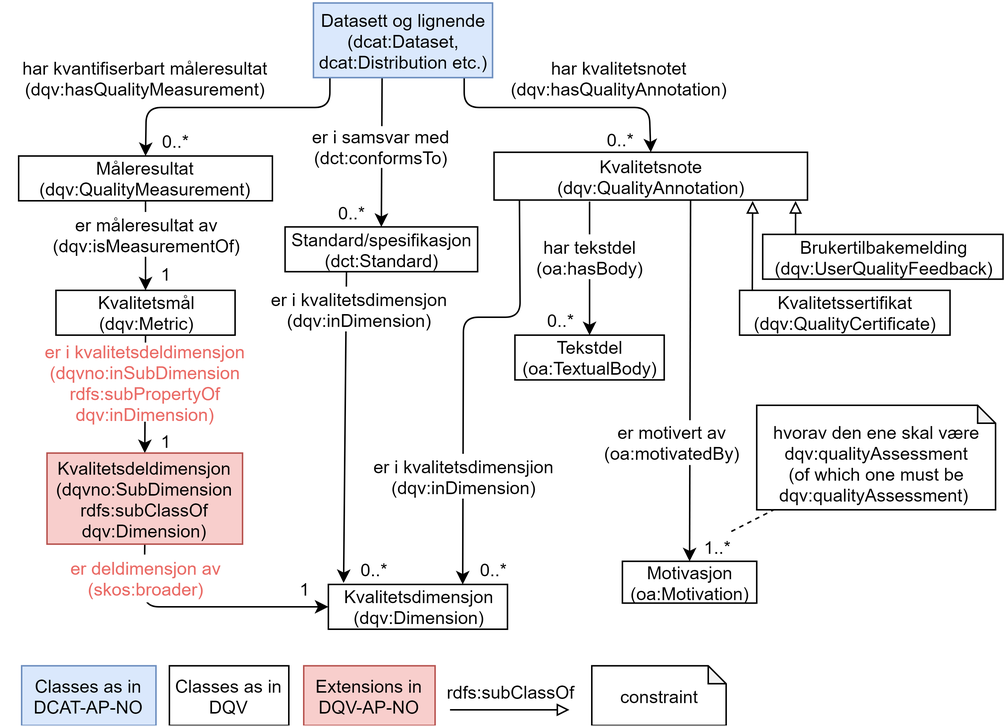
The draw.io diagram docs/images/dqv-ap-no.png in Informasjonsforvaltning/dqv-ap-no, before a commit. Source tidied: cells renumbered, new cells last; positions are measured from the earlier drawing's top-left corner, leaving out a move shared by most shapes.
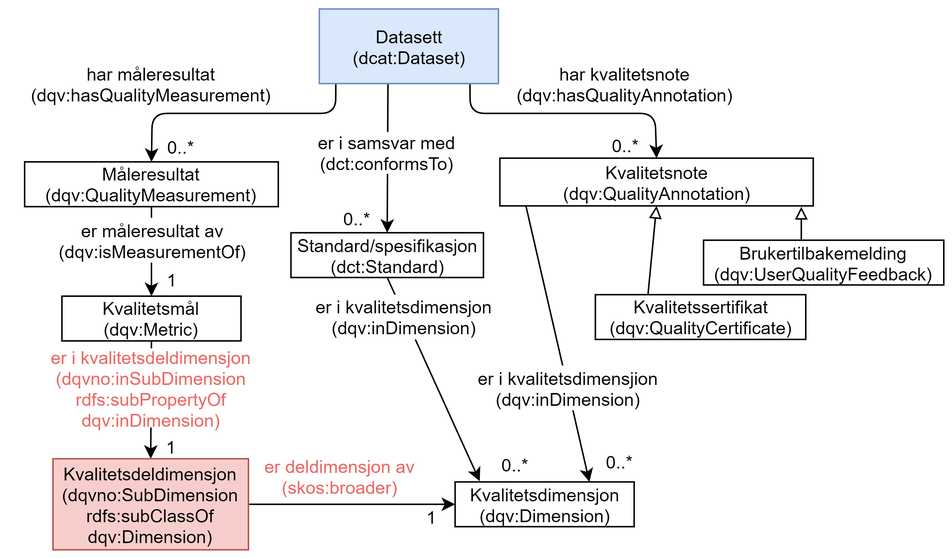
After the change.

Change to the diagram source:
```diff
@@ -13,7 +13,7 @@
         </Array>
       </mxGeometry>
     </mxCell>
-    <mxCell id="4" value="har kvantifiserbart måleresultat (dqv:hasQualityMeasurement)" style="text;html=1;strokeColor=none;fillColor=none;align=center;verticalAlign=middle;whiteSpace=wrap;rounded=0;" parent="1" vertex="1">
+    <mxCell id="4" value="har måleresultat (dqv:hasQualityMeasurement)" style="text;html=1;strokeColor=none;fillColor=none;align=center;verticalAlign=middle;whiteSpace=wrap;rounded=0;" parent="1" vertex="1">
       <mxGeometry y="39.5" width="192" height="20" as="geometry" />
     </mxCell>
     <mxCell id="5" style="endArrow=classic;html=1;exitX=0.5;exitY=1;exitDx=0;exitDy=0;" parent="1" edge="1" target="28">
@@ -26,8 +26,10 @@
         <mxPoint x="254.5" y="48.5" as="sourcePoint" />
       </mxGeometry>
     </mxCell>
-    <mxCell id="7" style="endArrow=classic;html=1;exitX=0.319;exitY=0.967;exitDx=0;exitDy=0;exitPerimeter=0;entryX=0.085;entryY=-0.033;entryDx=0;entryDy=0;entryPerimeter=0;" parent="1" edge="1" source="45" target="30">
-      <mxGeometry relative="1" as="geometry" />
+    <mxCell id="7" style="endArrow=classic;html=1;exitX=0.5;exitY=1;exitDx=0;exitDy=0;" parent="1" edge="1" source="45">
+      <mxGeometry relative="1" as="geometry">
+        <mxPoint x="316" y="316" as="targetPoint" />
+      </mxGeometry>
     </mxCell>
     <mxCell id="8" style="endArrow=classic;html=1;entryX=0.5;entryY=0;entryDx=0;entryDy=0;" parent="1" edge="1" target="44">
       <mxGeometry relative="1" as="geometry">
@@ -38,7 +40,7 @@
         </Array>
       </mxGeometry>
     </mxCell>
-    <mxCell id="9" value="har kvalitetsnotet (dqv:hasQualityAnnotation)" style="text;html=1;strokeColor=none;fillColor=none;align=center;verticalAlign=middle;whiteSpace=wrap;rounded=0;" parent="1" vertex="1">
+    <mxCell id="9" value="har kvalitetsnote&lt;br&gt;(dqv:hasQualityAnnotation)" style="text;html=1;strokeColor=none;fillColor=none;align=center;verticalAlign=middle;whiteSpace=wrap;rounded=0;" parent="1" vertex="1">
       <mxGeometry x="333" y="29.5" width="161" height="40" as="geometry" />
     </mxCell>
     <mxCell id="10" value="0..*" style="text;html=1;strokeColor=none;fillColor=none;align=center;verticalAlign=middle;whiteSpace=wrap;rounded=0;" parent="1" vertex="1">
@@ -48,22 +50,18 @@
       <mxGeometry x="89.5" y="171" width="40" height="20" as="geometry" />
     </mxCell>
     <mxCell id="12" value="1" style="text;html=1;strokeColor=none;fillColor=none;align=center;verticalAlign=middle;whiteSpace=wrap;rounded=0;" parent="1" vertex="1">
-      <mxGeometry x="186" y="382" width="32" height="20" as="geometry" />
+      <mxGeometry x="267.5" y="329.5" width="32" height="20" as="geometry" />
     </mxCell>
     <mxCell id="13" value="0..*" style="text;html=1;strokeColor=none;fillColor=none;align=center;verticalAlign=middle;whiteSpace=wrap;rounded=0;" parent="1" vertex="1">
-      <mxGeometry x="228.5" y="369" width="40" height="20" as="geometry" />
+      <mxGeometry x="319.5" y="294.5" width="40" height="20" as="geometry" />
     </mxCell>
     <mxCell id="14" style="endArrow=classic;html=1;entryX=0.75;entryY=0;entryDx=0;entryDy=0;" parent="1" edge="1" target="30">
       <mxGeometry relative="1" as="geometry">
         <mxPoint x="346.5" y="129.5" as="sourcePoint" />
-        <Array as="points">
-          <mxPoint x="347" y="210" />
-          <mxPoint x="309" y="210" />
-        </Array>
       </mxGeometry>
     </mxCell>
     <mxCell id="15" value="0..*" style="text;html=1;strokeColor=none;fillColor=none;align=center;verticalAlign=middle;whiteSpace=wrap;rounded=0;" parent="1" vertex="1">
-      <mxGeometry x="308.5" y="369" width="40" height="20" as="geometry" />
+      <mxGeometry x="390" y="292.5" width="40" height="20" as="geometry" />
     </mxCell>
     <mxCell id="16" value="0..*" style="text;html=1;strokeColor=none;fillColor=none;align=center;verticalAlign=middle;whiteSpace=wrap;rounded=0;" parent="1" vertex="1">
       <mxGeometry x="393.5" y="81" width="40" height="20" as="geometry" />
@@ -71,44 +69,21 @@
     <mxCell id="17" value="0..*" style="text;html=1;strokeColor=none;fillColor=none;align=center;verticalAlign=middle;whiteSpace=wrap;rounded=0;" parent="1" vertex="1">
       <mxGeometry x="214" y="129.5" width="40" height="20" as="geometry" />
     </mxCell>
-    <mxCell id="18" style="endArrow=block;html=1;endFill=0;entryX=0.825;entryY=1.019;entryDx=0;entryDy=0;entryPerimeter=0;" parent="1" edge="1" target="44">
-      <mxGeometry relative="1" as="geometry">
-        <mxPoint x="502.5" y="200.5" as="sourcePoint" />
-      </mxGeometry>
+    <mxCell id="18" style="endArrow=block;html=1;endFill=0;exitX=0.25;exitY=0;exitDx=0;exitDy=0;entryX=0.5;entryY=1;entryDx=0;entryDy=0;" parent="1" edge="1" source="43" target="44">
+      <mxGeometry relative="1" as="geometry" />
     </mxCell>
     <mxCell id="19" value="1" style="text;html=1;strokeColor=none;fillColor=none;align=center;verticalAlign=middle;whiteSpace=wrap;rounded=0;" parent="1" vertex="1">
       <mxGeometry x="91" y="283" width="37" height="20" as="geometry" />
     </mxCell>
-    <mxCell id="20" style="endArrow=classic;html=1;entryX=0;entryY=0.5;entryDx=0;entryDy=0;exitX=0.5;exitY=1;exitDx=0;exitDy=0;" parent="1" edge="1" source="34" target="30">
-      <mxGeometry relative="1" as="geometry">
-        <Array as="points">
-          <mxPoint x="95" y="404" />
-        </Array>
-      </mxGeometry>
+    <mxCell id="20" style="endArrow=classic;html=1;entryX=0;entryY=0.5;entryDx=0;entryDy=0;exitX=1;exitY=0.5;exitDx=0;exitDy=0;" parent="1" edge="1" source="34" target="30">
+      <mxGeometry relative="1" as="geometry" />
     </mxCell>
     <mxCell id="21" style="endArrow=block;html=1;endFill=0;entryX=0.962;entryY=1.019;entryDx=0;entryDy=0;entryPerimeter=0;" parent="1" edge="1" target="44">
       <mxGeometry relative="1" as="geometry">
         <mxPoint x="531.5" y="160.5" as="sourcePoint" />
       </mxGeometry>
     </mxCell>
-    <mxCell id="22" style="endArrow=classic;html=1;entryX=0.5;entryY=0;entryDx=0;entryDy=0;" parent="1" edge="1" target="36">
-      <mxGeometry relative="1" as="geometry">
-        <mxPoint x="393.5" y="132.5" as="sourcePoint" />
-      </mxGeometry>
-    </mxCell>
-    <mxCell id="23" value="0..*" style="text;html=1;strokeColor=none;fillColor=none;align=center;verticalAlign=middle;whiteSpace=wrap;rounded=0;" parent="1" vertex="1">
-      <mxGeometry x="353.5" y="202" width="40" height="20" as="geometry" />
-    </mxCell>
-    <mxCell id="24" style="endArrow=classic;html=1;entryX=0.5;entryY=0;entryDx=0;entryDy=0;exitX=0.627;exitY=0.969;exitDx=0;exitDy=0;exitPerimeter=0;" parent="1" edge="1" source="44" target="39">
-      <mxGeometry relative="1" as="geometry" />
-    </mxCell>
-    <mxCell id="25" value="1..*" style="text;html=1;strokeColor=none;fillColor=none;align=center;verticalAlign=middle;whiteSpace=wrap;rounded=0;" parent="1" vertex="1">
-      <mxGeometry x="458.5" y="353.5" width="40" height="20" as="geometry" />
-    </mxCell>
-    <mxCell id="26" style="endArrow=none;dashed=1;html=1;exitX=0.75;exitY=0;exitDx=0;exitDy=0;" parent="1" edge="1" source="25" target="41">
-      <mxGeometry relative="1" as="geometry" />
-    </mxCell>
-    <mxCell id="27" value="Datasett og lignende&lt;br&gt;(dcat:Dataset, dcat:Distribution etc.)" style="rounded=0;whiteSpace=wrap;html=1;fillColor=#dae8fc;strokeColor=#6c8ebf;" parent="1" vertex="1">
+    <mxCell id="27" value="Datasett&lt;br&gt;(dcat:Dataset)" style="rounded=0;whiteSpace=wrap;html=1;fillColor=#dae8fc;strokeColor=#6c8ebf;" parent="1" vertex="1">
       <mxGeometry x="208.5" y="-0.5" width="120" height="50" as="geometry" />
     </mxCell>
     <mxCell id="28" value="Kvalitetsmål&lt;br&gt;(dqv:Metric)" style="rounded=0;whiteSpace=wrap;html=1;" parent="1" vertex="1">
@@ -118,7 +93,7 @@
       <mxGeometry x="45.5" y="139.5" width="102" height="30" as="geometry" />
     </mxCell>
     <mxCell id="30" value="Kvalitetsdimensjon&lt;br&gt;(dqv:Dimension)" style="rounded=0;whiteSpace=wrap;html=1;" parent="1" vertex="1">
-      <mxGeometry x="218.5" y="389" width="120" height="30" as="geometry" />
+      <mxGeometry x="299.5" y="316.5" width="120" height="30" as="geometry" />
     </mxCell>
     <mxCell id="31" value="er i kvalitetsdeldimensjon (dqvno:inSubDimension rdfs:subPropertyOf dqv:inDimension)" style="text;html=1;align=center;verticalAlign=middle;whiteSpace=wrap;rounded=0;fillColor=#FFFFFF;labelBackgroundColor=none;fontColor=#EA6B66;" parent="1" vertex="1">
       <mxGeometry x="6" y="227" width="180" height="53" as="geometry" />
@@ -127,37 +102,22 @@
       <mxGeometry x="198.5" y="82" width="110" height="28" as="geometry" />
     </mxCell>
     <mxCell id="33" value="er i kvalitetsdimensjion (dqv:inDimension)" style="text;html=1;align=center;verticalAlign=middle;whiteSpace=wrap;rounded=0;fillColor=#FFFFFF;" parent="1" vertex="1">
-      <mxGeometry x="246" y="301.5" width="127" height="30" as="geometry" />
+      <mxGeometry x="312" y="238.5" width="127" height="30" as="geometry" />
     </mxCell>
     <mxCell id="34" value="Kvalitetsdeldimensjon&lt;br&gt;(dqvno:SubDimension rdfs:subClassOf dqv:Dimension)" style="rounded=0;whiteSpace=wrap;html=1;fillColor=#f8cecc;strokeColor=#b85450;" parent="1" vertex="1">
       <mxGeometry x="30" y="301" width="131" height="61" as="geometry" />
     </mxCell>
-    <mxCell id="35" value="er deldimensjon av (skos:broader)" style="text;html=1;align=center;verticalAlign=middle;whiteSpace=wrap;rounded=0;fillColor=#FFFFFF;fontColor=#EA6B66;" parent="1" vertex="1">
-      <mxGeometry x="13" y="369" width="167" height="32" as="geometry" />
+    <mxCell id="35" value="er deldimensjon av&lt;br&gt;(skos:broader)" style="text;html=1;align=center;verticalAlign=middle;whiteSpace=wrap;rounded=0;fillColor=#FFFFFF;fontColor=#EA6B66;" parent="1" vertex="1">
+      <mxGeometry x="166.5" y="296.5" width="111" height="32" as="geometry" />
     </mxCell>
-    <mxCell id="36" value="Tekstdel (oa:TextualBody)" style="rounded=0;whiteSpace=wrap;html=1;" parent="1" vertex="1">
-      <mxGeometry x="343.5" y="222" width="100" height="30" as="geometry" />
-    </mxCell>
-    <mxCell id="37" value="har tekstdel (oa:hasBody)" style="text;html=1;strokeColor=none;fillColor=#FFFFFF;align=center;verticalAlign=middle;whiteSpace=wrap;rounded=0;" parent="1" vertex="1">
-      <mxGeometry x="358.5" y="154.5" width="70" height="30" as="geometry" />
-    </mxCell>
     <mxCell id="38" value="er i kvalitetsdimensjon (dqv:inDimension)" style="text;html=1;align=center;verticalAlign=middle;whiteSpace=wrap;rounded=0;fillColor=#FFFFFF;" parent="1" vertex="1">
-      <mxGeometry x="175.5" y="189.5" width="127" height="30" as="geometry" />
+      <mxGeometry x="201.5" y="191" width="127" height="30" as="geometry" />
     </mxCell>
-    <mxCell id="39" value="Motivasjon&lt;br&gt;(oa:Motivation)" style="rounded=0;whiteSpace=wrap;html=1;fillColor=#FFFFFF;" parent="1" vertex="1">
-      <mxGeometry x="415.5" y="373.5" width="90" height="28" as="geometry" />
-    </mxCell>
-    <mxCell id="40" value="er motivert av (oa:motivatedBy)" style="text;html=1;strokeColor=none;fillColor=#FFFFFF;align=center;verticalAlign=middle;whiteSpace=wrap;rounded=0;" parent="1" vertex="1">
-      <mxGeometry x="398.5" y="279" width="100" height="30" as="geometry" />
-    </mxCell>
-    <mxCell id="41" value="hvorav den ene skal være dqv:qualityAssessment&lt;br&gt;(of which one must be dqv:qualityAssessment)&amp;nbsp;" style="shape=note;whiteSpace=wrap;html=1;backgroundOutline=1;darkOpacity=0.05;fillColor=#FFFFFF;verticalAlign=bottom;size=12;" parent="1" vertex="1">
-      <mxGeometry x="505.5" y="269" width="160" height="70" as="geometry" />
-    </mxCell>
     <mxCell id="42" value="Brukertilbakemelding&lt;br&gt;(dqv:UserQualityFeedback)" style="rounded=0;whiteSpace=wrap;html=1;fillColor=#FFFFFF;" parent="1" vertex="1">
-      <mxGeometry x="509.5" y="154.5" width="161" height="30" as="geometry" />
+      <mxGeometry x="466" y="154.5" width="161" height="30" as="geometry" />
     </mxCell>
     <mxCell id="43" value="Kvalitetssertifikat&lt;br&gt;(dqv:QualityCertificate)" style="rounded=0;whiteSpace=wrap;html=1;fillColor=#FFFFFF;" parent="1" vertex="1">
-      <mxGeometry x="494" y="192" width="141" height="30" as="geometry" />
+      <mxGeometry x="393.5" y="191" width="141" height="30" as="geometry" />
     </mxCell>
     <mxCell id="44" value="Kvalitetsnote&lt;br&gt;(dqv:QualityAnnotation)" style="rounded=0;whiteSpace=wrap;html=1;" parent="1" vertex="1">
       <mxGeometry x="329.5" y="99.5" width="210" height="32" as="geometry" />
@@ -168,26 +128,5 @@
     <mxCell id="46" value="Måleresultat&lt;br&gt;(dqv:QualityMeasurement)" style="rounded=0;whiteSpace=wrap;html=1;" parent="1" vertex="1">
       <mxGeometry x="11" y="102" width="170" height="30" as="geometry" />
     </mxCell>
-    <mxCell id="47" value="Classes as in DCAT-AP-NO" style="rounded=0;whiteSpace=wrap;html=1;fillColor=#dae8fc;strokeColor=#6c8ebf;" parent="1" vertex="1">
-      <mxGeometry x="13" y="443.5" width="90" height="40" as="geometry" />
-    </mxCell>
-    <mxCell id="48" value="Classes as in DQV" style="rounded=0;whiteSpace=wrap;html=1;fillColor=#FFFFFF;" parent="1" vertex="1">
-      <mxGeometry x="112" y="443.5" width="80" height="40" as="geometry" />
-    </mxCell>
-    <mxCell id="49" value="Extensions in DQV-AP-NO" style="rounded=0;whiteSpace=wrap;html=1;fillColor=#f8cecc;strokeColor=#b85450;" parent="1" vertex="1">
-      <mxGeometry x="202" y="443.5" width="88" height="40" as="geometry" />
-    </mxCell>
-    <mxCell id="50" style="endArrow=block;html=1;endFill=0;" parent="1" edge="1">
-      <mxGeometry relative="1" as="geometry">
-        <mxPoint x="300" y="473" as="sourcePoint" />
-        <mxPoint x="380" y="473" as="targetPoint" />
-      </mxGeometry>
-    </mxCell>
-    <mxCell id="51" value="rdfs:subClassOf" style="text;html=1;strokeColor=none;fillColor=none;align=center;verticalAlign=middle;whiteSpace=wrap;rounded=0;" parent="1" vertex="1">
-      <mxGeometry x="321" y="450.5" width="40" height="20" as="geometry" />
-    </mxCell>
-    <mxCell id="52" value="constraint" style="shape=note;whiteSpace=wrap;html=1;backgroundOutline=1;darkOpacity=0.05;fillColor=#FFFFFF;verticalAlign=middle;size=12;align=center;" parent="1" vertex="1">
-      <mxGeometry x="395" y="443.5" width="90" height="40" as="geometry" />
-    </mxCell>
   </root>
 </mxGraphModel>
```
